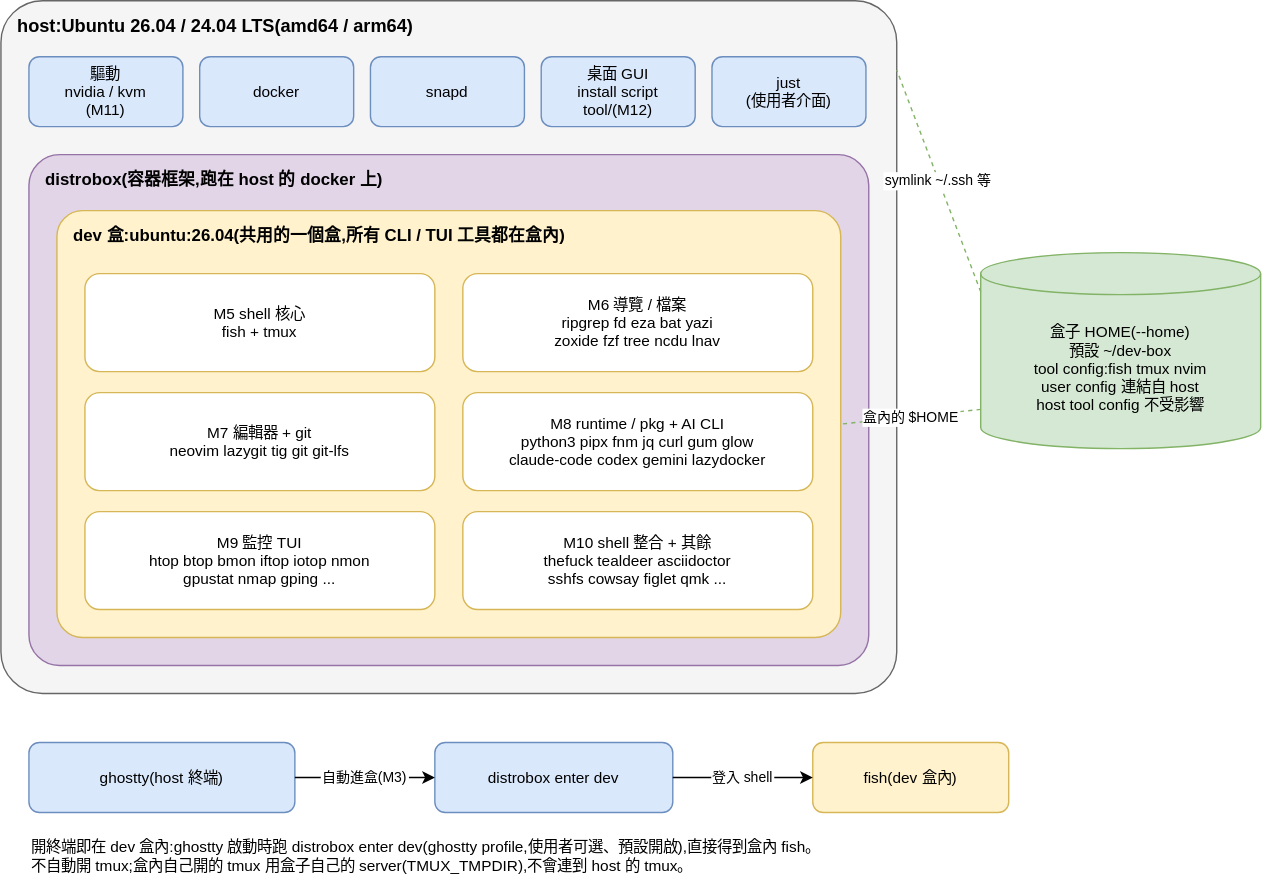
Earlier version of the draw.io export doc/diagram/architecture.drawio.svg (ycpss91255/worktool). Source tidied: cells renumbered, new cells last; positions are measured from the earlier drawing's top-left corner, leaving out a move shared by most shapes.
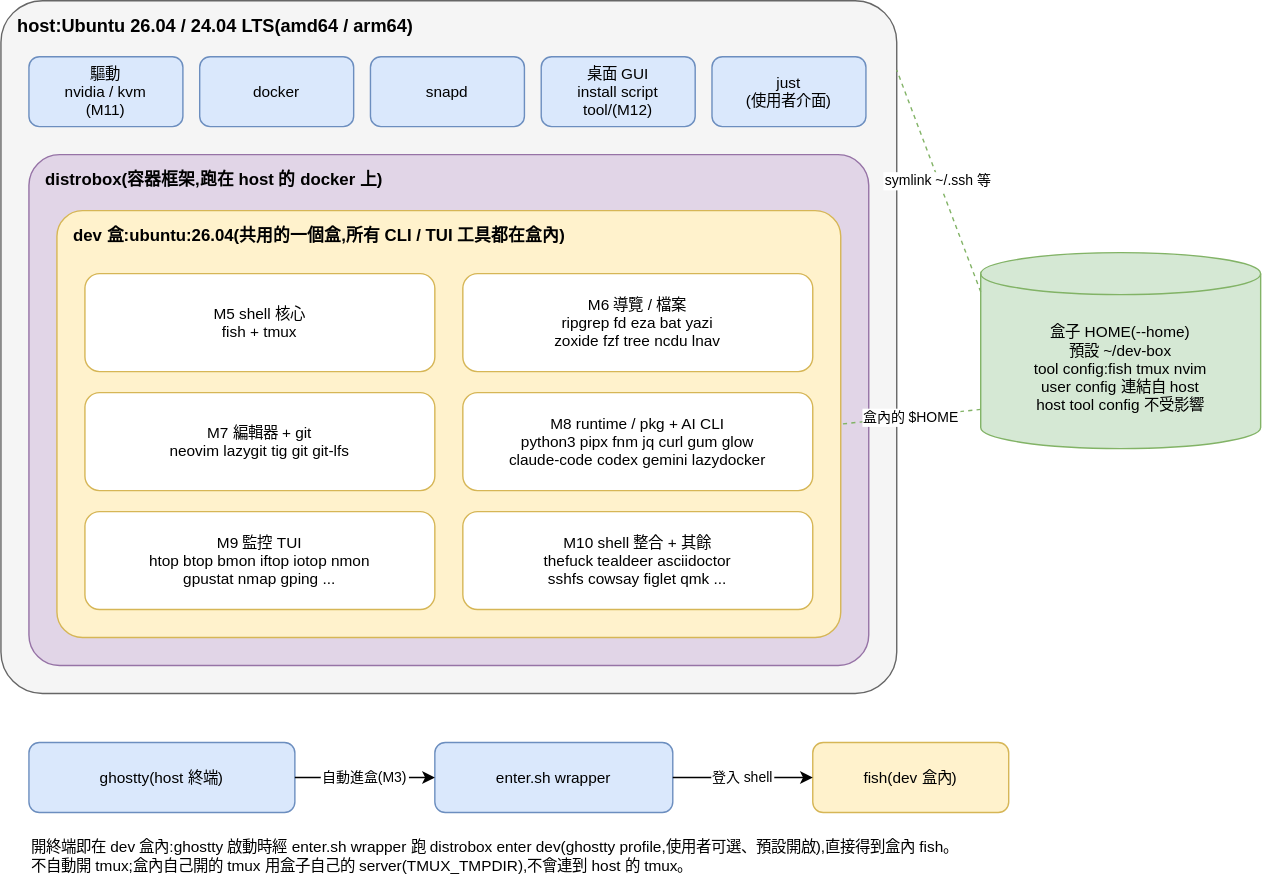
The same file after the commit.

Diff of the diagram source:
```diff
@@ -56,7 +56,7 @@
     <mxCell id="19" value="ghostty(host 終端)" style="rounded=1;fillColor=#dae8fc;strokeColor=#6c8ebf;fontSize=11;" parent="1" vertex="1">
       <mxGeometry x="20" y="530" width="190" height="50" as="geometry" />
     </mxCell>
-    <mxCell id="20" value="distrobox enter dev" style="rounded=1;fillColor=#dae8fc;strokeColor=#6c8ebf;fontSize=11;" parent="1" vertex="1">
+    <mxCell id="20" value="enter.sh wrapper" style="rounded=1;fillColor=#dae8fc;strokeColor=#6c8ebf;fontSize=11;" parent="1" vertex="1">
       <mxGeometry x="310" y="530" width="170" height="50" as="geometry" />
     </mxCell>
     <mxCell id="21" value="fish(dev 盒內)" style="rounded=1;fillColor=#fff2cc;strokeColor=#d6b656;fontSize=11;" parent="1" vertex="1">
@@ -68,7 +68,7 @@
     <mxCell id="23" value="登入 shell" style="endArrow=classic;fontSize=10;" parent="1" edge="1" source="20" target="21">
       <mxGeometry relative="1" as="geometry" />
     </mxCell>
-    <mxCell id="24" value="開終端即在 dev 盒內:ghostty 啟動時跑 distrobox enter dev(ghostty profile,使用者可選、預設開啟),直接得到盒內 fish。&#10;不自動開 tmux;盒內自己開的 tmux 用盒子自己的 server(TMUX_TMPDIR),不會連到 host 的 tmux。" style="text;align=left;verticalAlign=top;fontSize=11;" parent="1" vertex="1">
+    <mxCell id="24" value="開終端即在 dev 盒內:ghostty 啟動時經 enter.sh wrapper 跑 distrobox enter dev(ghostty profile,使用者可選、預設開啟),直接得到盒內 fish。&#10;不自動開 tmux;盒內自己開的 tmux 用盒子自己的 server(TMUX_TMPDIR),不會連到 host 的 tmux。" style="text;align=left;verticalAlign=top;fontSize=11;" parent="1" vertex="1">
       <mxGeometry x="20" y="592" width="700" height="34" as="geometry" />
     </mxCell>
   </root>
```
